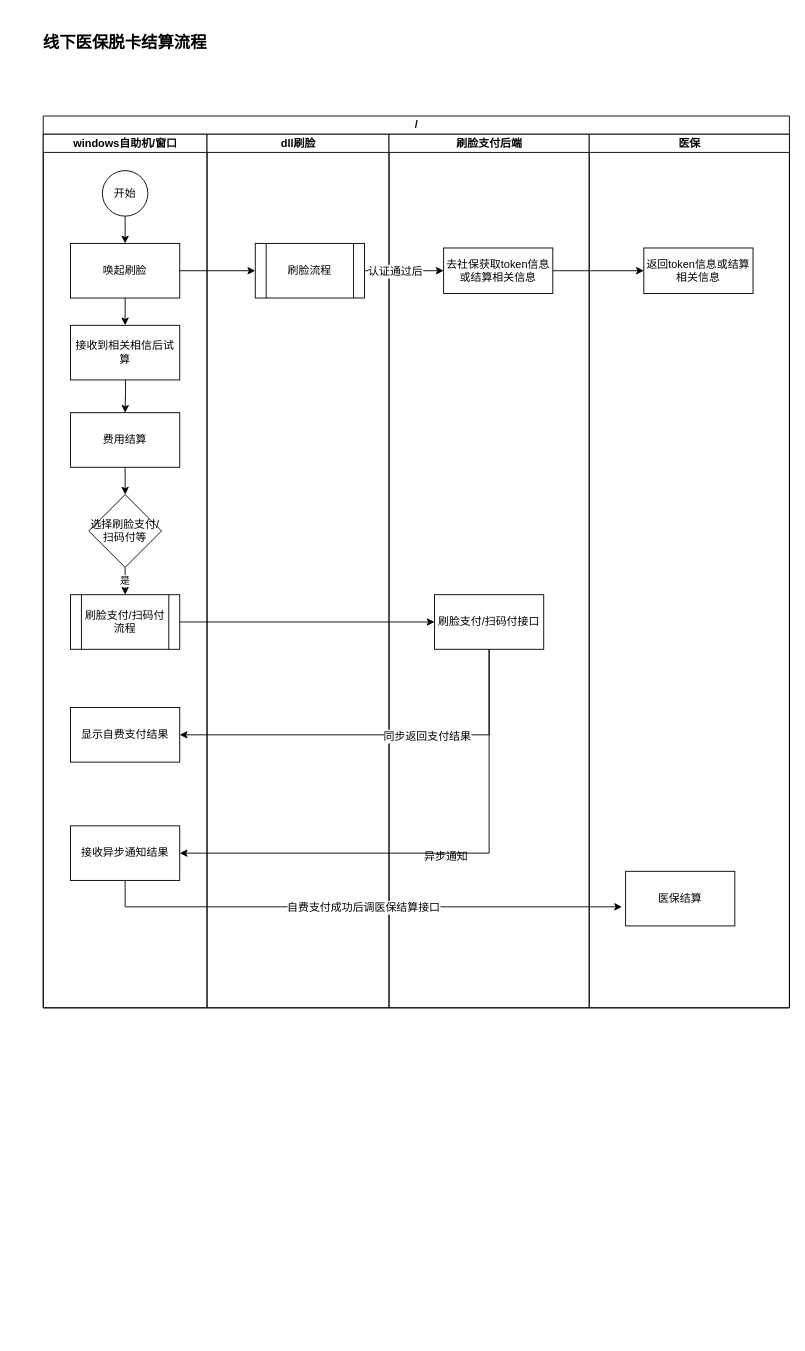
Before: 线下医保脱卡结算流程.drawio in zhangwenhuad/visio, a draw.io diagram. Source tidied: cells renumbered, new cells numbered last; positions are measured from the earlier drawing's top-left corner, leaving out a move shared by most shapes. Both pictures are drawn from the tidied source at 91%, with x=0, y=0 at pixel (15, 15).
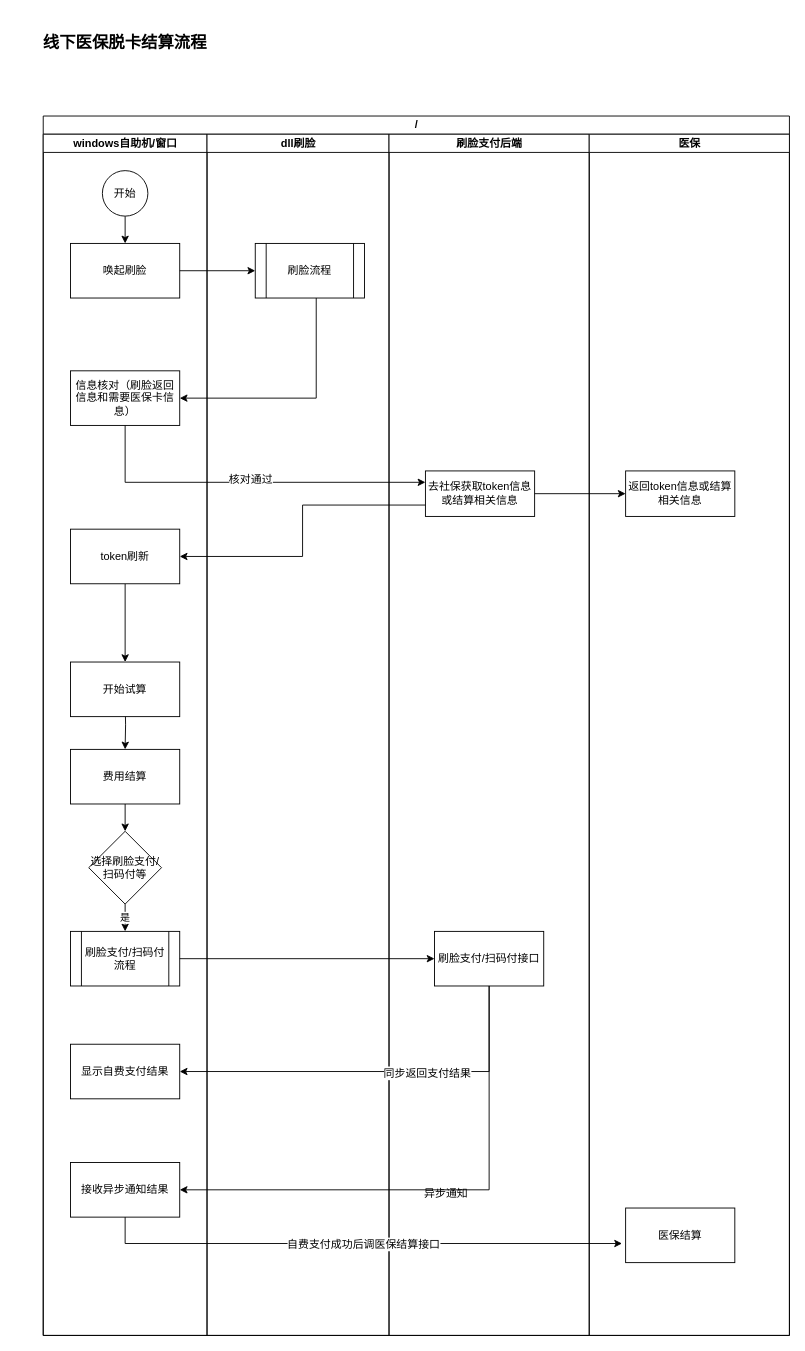
After the change.

Commit message:
Update 线下医保脱卡结算流程.drawio

The change refers to these unchanged cells:
```xml
<mxCell id="8" value="唤起刷脸" style="rounded=0;whiteSpace=wrap;html=1;" parent="4" vertex="1">
  <mxGeometry x="30" y="120" width="120" height="60" as="geometry" />
</mxCell>
<mxCell id="19" value="刷脸流程" style="shape=process;whiteSpace=wrap;html=1;backgroundOutline=1;" parent="18" vertex="1">
  <mxGeometry x="53" y="120" width="120" height="60" as="geometry" />
</mxCell>
```

Diff of the diagram source:
```diff
@@
     <mxCell id="3" value="/" style="swimlane;html=1;startSize=20;" parent="1" vertex="1">
-      <mxGeometry x="30" y="110" width="820" height="980" as="geometry" />
+      <mxGeometry x="30" y="110" width="820" height="1340" as="geometry" />
     </mxCell>
     <mxCell id="4" value="windows自助机/窗口" style="swimlane;html=1;startSize=20;" parent="3" vertex="1">
-      <mxGeometry y="20" width="180" height="960" as="geometry" />
+      <mxGeometry y="20" width="180" height="1320" as="geometry" />
     </mxCell>
@@
-    <mxCell id="7" style="edgeStyle=orthogonalEdgeStyle;rounded=0;jettySize=auto;html=1;exitX=0.5;exitY=1;exitDx=0;exitDy=0;entryX=0.5;entryY=0;entryDx=0;entryDy=0;" parent="4" edge="1" source="8" target="16">
-      <mxGeometry relative="1" as="geometry" />
-    </mxCell>
@@
     <mxCell id="9" style="edgeStyle=orthogonalEdgeStyle;rounded=0;jettySize=auto;html=1;exitX=0.5;exitY=1;exitDx=0;exitDy=0;entryX=0.5;entryY=0;entryDx=0;entryDy=0;" parent="4" edge="1" target="11">
       <mxGeometry relative="1" as="geometry">
-        <mxPoint x="90" y="251" as="sourcePoint" />
+        <mxPoint x="90" y="621" as="sourcePoint" />
       </mxGeometry>
     </mxCell>
@@
     <mxCell id="11" value="费用结算" style="rounded=0;whiteSpace=wrap;html=1;" parent="4" vertex="1">
-      <mxGeometry x="30" y="306" width="120" height="60" as="geometry" />
+      <mxGeometry x="30" y="676" width="120" height="60" as="geometry" />
     </mxCell>
@@
     <mxCell id="13" value="选择刷脸支付/扫码付等" style="rhombus;whiteSpace=wrap;html=1;" parent="4" vertex="1">
-      <mxGeometry x="50" y="396" width="80" height="80" as="geometry" />
+      <mxGeometry x="50" y="766" width="80" height="80" as="geometry" />
     </mxCell>
     <mxCell id="14" value="刷脸支付/扫码付流程" style="shape=process;whiteSpace=wrap;html=1;backgroundOutline=1;" parent="4" vertex="1">
-      <mxGeometry x="30" y="506" width="120" height="60" as="geometry" />
+      <mxGeometry x="30" y="876" width="120" height="60" as="geometry" />
     </mxCell>
     <mxCell id="15" value="显示自费支付结果" style="rounded=0;whiteSpace=wrap;html=1;" parent="4" vertex="1">
-      <mxGeometry x="30" y="630" width="120" height="60" as="geometry" />
+      <mxGeometry x="30" y="1000" width="120" height="60" as="geometry" />
     </mxCell>
-    <mxCell id="16" value="接收到相关相信后试算" style="rounded=0;whiteSpace=wrap;html=1;" parent="4" vertex="1">
-      <mxGeometry x="30" y="210" width="120" height="60" as="geometry" />
+    <mxCell id="16" value="开始试算" style="rounded=0;whiteSpace=wrap;html=1;" parent="4" vertex="1">
+      <mxGeometry x="30" y="580" width="120" height="60" as="geometry" />
     </mxCell>
     <mxCell id="17" value="接收异步通知结果" style="rounded=0;whiteSpace=wrap;html=1;" parent="4" vertex="1">
-      <mxGeometry x="30" y="760" width="120" height="60" as="geometry" />
+      <mxGeometry x="30" y="1130" width="120" height="60" as="geometry" />
     </mxCell>
+    <mxCell id="37" value="信息核对（刷脸返回信息和需要医保卡信息）" style="rounded=0;whiteSpace=wrap;html=1;" parent="4" vertex="1">
+      <mxGeometry x="30" y="260" width="120" height="60" as="geometry" />
+    </mxCell>
+    <mxCell id="38" style="edgeStyle=orthogonalEdgeStyle;rounded=0;jettySize=auto;html=1;exitX=0.5;exitY=1;exitDx=0;exitDy=0;" parent="4" edge="1" source="39" target="16">
+      <mxGeometry relative="1" as="geometry" />
+    </mxCell>
+    <mxCell id="39" value="token刷新" style="rounded=0;whiteSpace=wrap;html=1;" parent="4" vertex="1">
+      <mxGeometry x="30" y="434" width="120" height="60" as="geometry" />
+    </mxCell>
     <mxCell id="18" value="dll刷脸" style="swimlane;html=1;startSize=20;" parent="3" vertex="1">
-      <mxGeometry x="180" y="20" width="200" height="960" as="geometry" />
+      <mxGeometry x="180" y="20" width="200" height="1320" as="geometry" />
     </mxCell>
@@
     <mxCell id="20" value="刷脸支付后端" style="swimlane;html=1;startSize=20;" parent="3" vertex="1">
-      <mxGeometry x="380" y="20" width="220" height="960" as="geometry" />
+      <mxGeometry x="380" y="20" width="220" height="1320" as="geometry" />
     </mxCell>
     <mxCell id="21" value="刷脸支付/扫码付接口" style="rounded=0;whiteSpace=wrap;html=1;" parent="20" vertex="1">
-      <mxGeometry x="50" y="506" width="120" height="60" as="geometry" />
+      <mxGeometry x="50" y="876" width="120" height="60" as="geometry" />
     </mxCell>
     <mxCell id="22" value="去社保获取token信息或结算相关信息" style="rounded=0;whiteSpace=wrap;html=1;" parent="20" vertex="1">
-      <mxGeometry x="60" y="125" width="120" height="50" as="geometry" />
+      <mxGeometry x="40" y="370" width="120" height="50" as="geometry" />
     </mxCell>
@@
+    <mxCell id="33" style="edgeStyle=orthogonalEdgeStyle;rounded=0;jettySize=auto;html=1;entryX=-0.033;entryY=0.65;entryDx=0;entryDy=0;entryPerimeter=0;" parent="3" edge="1" target="28">
+      <mxGeometry relative="1" as="geometry">
+        <mxPoint x="90" y="1210" as="sourcePoint" />
+        <Array as="points">
+          <mxPoint x="90" y="1239" />
+        </Array>
+      </mxGeometry>
+    </mxCell>
+    <mxCell id="34" value="自费支付成功后调医保结算接口" style="text;html=1;align=center;verticalAlign=middle;labelBackgroundColor=#ffffff;" parent="33" vertex="1">
+      <mxGeometry x="0.01" relative="1" as="geometry" />
+    </mxCell>
+    <mxCell id="35" style="edgeStyle=orthogonalEdgeStyle;rounded=0;jettySize=auto;html=1;exitX=0.5;exitY=1;exitDx=0;exitDy=0;entryX=1;entryY=0.5;entryDx=0;entryDy=0;" parent="3" edge="1" source="21" target="17">
+      <mxGeometry relative="1" as="geometry" />
+    </mxCell>
+    <mxCell id="30" style="edgeStyle=orthogonalEdgeStyle;rounded=0;jettySize=auto;html=1;exitX=1;exitY=0.5;exitDx=0;exitDy=0;" parent="3" edge="1" source="22" target="27">
+      <mxGeometry relative="1" as="geometry" />
+    </mxCell>
     <mxCell id="26" value="医保" style="swimlane;html=1;startSize=20;" parent="3" vertex="1">
-      <mxGeometry x="600" y="20" width="220" height="960" as="geometry" />
+      <mxGeometry x="600" y="20" width="220" height="1320" as="geometry" />
     </mxCell>
     <mxCell id="27" value="返回token信息或结算相关信息" style="rounded=0;whiteSpace=wrap;html=1;" parent="26" vertex="1">
-      <mxGeometry x="60" y="125" width="120" height="50" as="geometry" />
+      <mxGeometry x="40" y="370" width="120" height="50" as="geometry" />
     </mxCell>
     <mxCell id="28" value="医保结算" style="rounded=0;whiteSpace=wrap;html=1;" parent="26" vertex="1">
-      <mxGeometry x="40" y="810" width="120" height="60" as="geometry" />
+      <mxGeometry x="40" y="1180" width="120" height="60" as="geometry" />
     </mxCell>
@@
-    <mxCell id="30" style="edgeStyle=orthogonalEdgeStyle;rounded=0;jettySize=auto;html=1;exitX=1;exitY=0.5;exitDx=0;exitDy=0;" parent="3" edge="1" source="22" target="27">
-      <mxGeometry relative="1" as="geometry" />
-    </mxCell>
-    <mxCell id="31" style="edgeStyle=orthogonalEdgeStyle;rounded=0;jettySize=auto;html=1;exitX=1;exitY=0.5;exitDx=0;exitDy=0;entryX=0;entryY=0.5;entryDx=0;entryDy=0;" parent="3" edge="1" source="19" target="22">
-      <mxGeometry relative="1" as="geometry" />
-    </mxCell>
-    <mxCell id="32" value="认证通过后" style="text;html=1;align=center;verticalAlign=middle;labelBackgroundColor=#ffffff;" parent="31" vertex="1">
-      <mxGeometry x="-0.24" relative="1" as="geometry" />
-    </mxCell>
-    <mxCell id="33" style="edgeStyle=orthogonalEdgeStyle;rounded=0;jettySize=auto;html=1;entryX=-0.033;entryY=0.65;entryDx=0;entryDy=0;entryPerimeter=0;" parent="3" edge="1" target="28">
-      <mxGeometry relative="1" as="geometry">
-        <mxPoint x="90" y="840" as="sourcePoint" />
-        <Array as="points">
-          <mxPoint x="90" y="869" />
-        </Array>
-      </mxGeometry>
-    </mxCell>
-    <mxCell id="34" value="自费支付成功后调医保结算接口" style="text;html=1;align=center;verticalAlign=middle;labelBackgroundColor=#ffffff;" parent="33" vertex="1">
-      <mxGeometry x="0.01" relative="1" as="geometry" />
-    </mxCell>
-    <mxCell id="35" style="edgeStyle=orthogonalEdgeStyle;rounded=0;jettySize=auto;html=1;exitX=0.5;exitY=1;exitDx=0;exitDy=0;entryX=1;entryY=0.5;entryDx=0;entryDy=0;" parent="3" edge="1" source="21" target="17">
-      <mxGeometry relative="1" as="geometry" />
-    </mxCell>
+    <mxCell id="40" style="edgeStyle=orthogonalEdgeStyle;rounded=0;jettySize=auto;html=1;entryX=1;entryY=0.5;entryDx=0;entryDy=0;" parent="3" edge="1" source="19" target="37">
+      <mxGeometry relative="1" as="geometry">
+        <Array as="points">
+          <mxPoint x="300" y="310" />
+        </Array>
+      </mxGeometry>
+    </mxCell>
+    <mxCell id="41" style="edgeStyle=orthogonalEdgeStyle;rounded=0;jettySize=auto;html=1;exitX=0.5;exitY=1;exitDx=0;exitDy=0;entryX=0;entryY=0.25;entryDx=0;entryDy=0;" parent="3" edge="1" source="37" target="22">
+      <mxGeometry relative="1" as="geometry" />
+    </mxCell>
+    <mxCell id="42" value="核对通过" style="text;html=1;align=center;verticalAlign=middle;labelBackgroundColor=#ffffff;" parent="41" vertex="1">
+      <mxGeometry x="0.02" y="3" relative="1" as="geometry" />
+    </mxCell>
+    <mxCell id="43" style="edgeStyle=orthogonalEdgeStyle;rounded=0;jettySize=auto;html=1;exitX=0;exitY=0.75;exitDx=0;exitDy=0;entryX=1;entryY=0.5;entryDx=0;entryDy=0;" parent="3" edge="1" source="22" target="39">
+      <mxGeometry relative="1" as="geometry">
+        <Array as="points">
+          <mxPoint x="285" y="428" />
+          <mxPoint x="285" y="484" />
+        </Array>
+      </mxGeometry>
+    </mxCell>
     <mxCell id="36" value="异步通知" style="text;html=1;align=left;verticalAlign=top;spacingTop=-4;" parent="1" vertex="1">
-      <mxGeometry x="447" y="914" width="60" height="20" as="geometry" />
+      <mxGeometry x="447" y="1284" width="60" height="20" as="geometry" />
     </mxCell>
```
